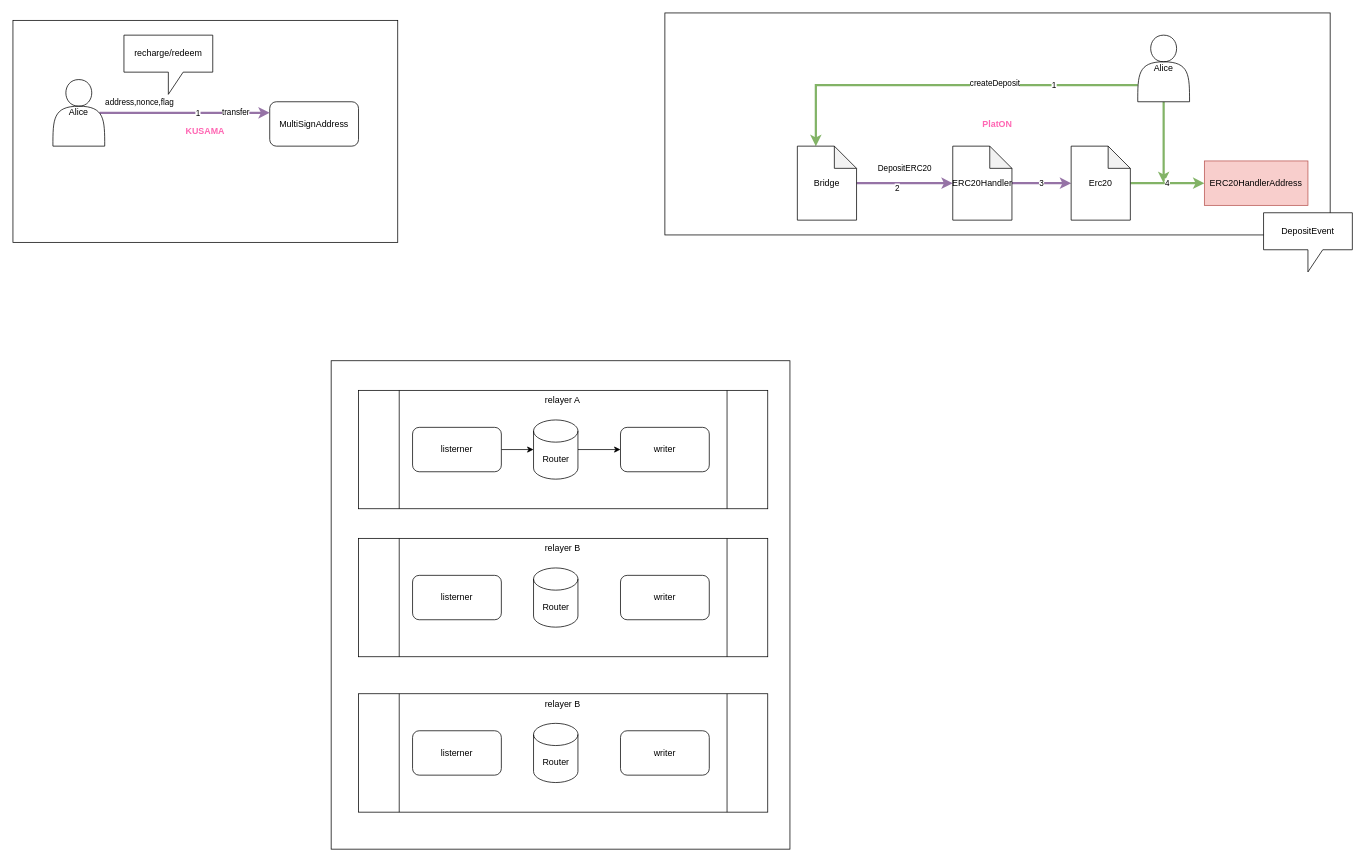
Before: alaya2kusama.drawio in 0xrjman/ChainBridgeDocs, a draw.io diagram. Source tidied: cells renumbered, new cells numbered last; positions are measured from the earlier drawing's top-left corner, leaving out a move shared by most shapes. Both pictures are drawn from the tidied source at 74%, with x=0, y=0 at pixel (13, 13).
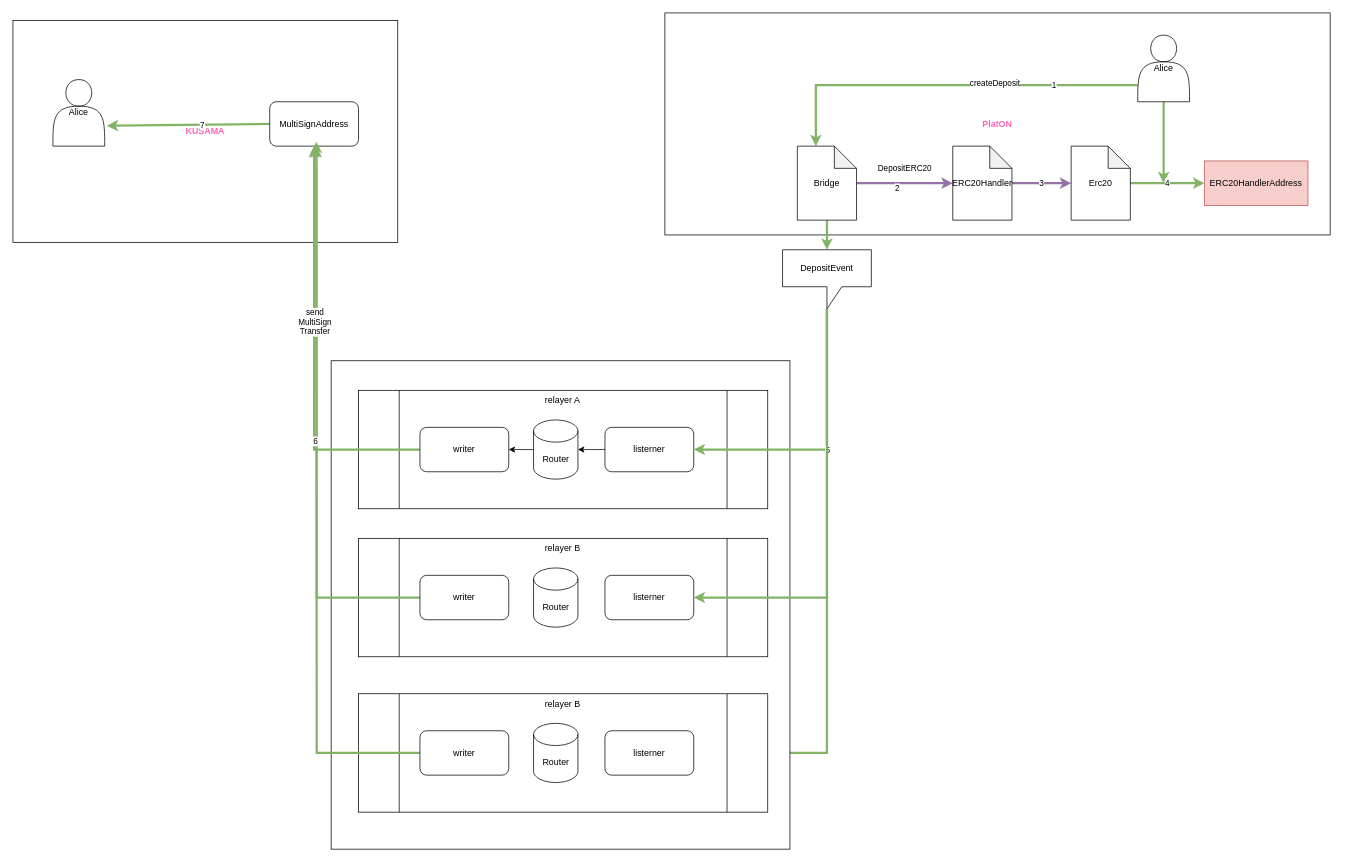
After the change.

The change refers to these unchanged cells:
```xml
<mxCell id="4" value="MultiSignAddress" style="rounded=1;whiteSpace=wrap;html=1;" parent="1" vertex="1">
  <mxGeometry x="347" y="120" width="120" height="60" as="geometry" />
</mxCell>
<mxCell id="11" value="Router" style="shape=cylinder3;whiteSpace=wrap;html=1;boundedLbl=1;backgroundOutline=1;size=15;align=center;" parent="1" vertex="1">
  <mxGeometry x="703.5" y="550" width="60" height="80" as="geometry" />
</mxCell>
<mxCell id="15" value="Alice" style="shape=actor;whiteSpace=wrap;html=1;align=center;" parent="1" vertex="1">
  <mxGeometry x="54" y="90" width="70" height="90" as="geometry" />
</mxCell>
<mxCell id="32" value="Bridge" style="shape=note;whiteSpace=wrap;html=1;backgroundOutline=1;darkOpacity=0.05;align=center;" parent="1" vertex="1">
  <mxGeometry x="1060" y="180" width="80" height="100" as="geometry" />
</mxCell>
```

The edit, as a diff of the source:
```diff
@@
+    <mxCell id="40" style="edgeStyle=orthogonalEdgeStyle;rounded=0;jettySize=auto;html=1;exitX=0;exitY=0;exitDx=60;exitDy=80;exitPerimeter=0;entryX=1;entryY=0.5;entryDx=0;entryDy=0;strokeWidth=3;fillColor=#d5e8d4;strokeColor=#82b366;" parent="1" edge="1" source="38" target="28">
+      <mxGeometry relative="1" as="geometry" />
+    </mxCell>
@@
+    <mxCell id="41" style="rounded=0;jettySize=auto;html=1;exitX=0;exitY=0.5;exitDx=0;exitDy=0;entryX=1.04;entryY=0.694;entryDx=0;entryDy=0;entryPerimeter=0;strokeWidth=3;fillColor=#d5e8d4;strokeColor=#82b366;" parent="1" edge="1" source="4" target="15">
+      <mxGeometry relative="1" as="geometry" />
+    </mxCell>
+    <mxCell id="42" value="7" style="edgeLabel;html=1;align=center;verticalAlign=middle;" parent="41" vertex="1">
+      <mxGeometry x="-0.16" relative="1" as="geometry" />
+    </mxCell>
@@
-    <mxCell id="5" style="rounded=0;jettySize=auto;html=1;exitX=0.9;exitY=0.5;exitDx=0;exitDy=0;exitPerimeter=0;entryX=0;entryY=0.25;entryDx=0;entryDy=0;fillColor=#e1d5e7;strokeColor=#9673a6;strokeWidth=3;" parent="1" edge="1" source="15" target="4">
-      <mxGeometry relative="1" as="geometry" />
-    </mxCell>
-    <mxCell id="6" value="transfer" style="edgeLabel;html=1;align=center;verticalAlign=middle;" parent="5" vertex="1">
-      <mxGeometry x="0.13" y="1" relative="1" as="geometry">
-        <mxPoint x="53" as="offset" />
-      </mxGeometry>
-    </mxCell>
-    <mxCell id="7" value="address,nonce,flag" style="edgeLabel;html=1;align=center;verticalAlign=middle;" parent="5" vertex="1">
-      <mxGeometry x="-0.84" y="3" relative="1" as="geometry">
-        <mxPoint x="35" y="-12" as="offset" />
-      </mxGeometry>
-    </mxCell>
-    <mxCell id="8" value="1" style="edgeLabel;html=1;align=center;verticalAlign=middle;" parent="5" vertex="1">
-      <mxGeometry x="0.15" relative="1" as="geometry" />
-    </mxCell>
@@
-    <mxCell id="10" style="edgeStyle=orthogonalEdgeStyle;rounded=0;jettySize=auto;html=1;exitX=1;exitY=0.5;exitDx=0;exitDy=0;exitPerimeter=0;entryX=0;entryY=0.5;entryDx=0;entryDy=0;" parent="1" edge="1" source="11" target="14">
+    <mxCell id="10" style="edgeStyle=orthogonalEdgeStyle;rounded=0;jettySize=auto;html=1;exitX=0;exitY=0.5;exitDx=0;exitDy=0;exitPerimeter=0;entryX=1;entryY=0.5;entryDx=0;entryDy=0;" parent="1" edge="1" source="11" target="14">
       <mxGeometry relative="1" as="geometry" />
     </mxCell>
@@
-    <mxCell id="12" style="edgeStyle=orthogonalEdgeStyle;rounded=0;jettySize=auto;html=1;exitX=1;exitY=0.5;exitDx=0;exitDy=0;entryX=0;entryY=0.5;entryDx=0;entryDy=0;entryPerimeter=0;" parent="1" edge="1" source="13" target="11">
+    <mxCell id="12" style="edgeStyle=orthogonalEdgeStyle;rounded=0;jettySize=auto;html=1;exitX=0;exitY=0.5;exitDx=0;exitDy=0;entryX=1;entryY=0.5;entryDx=0;entryDy=0;entryPerimeter=0;" parent="1" edge="1" source="13" target="11">
       <mxGeometry relative="1" as="geometry" />
     </mxCell>
     <mxCell id="13" value="listerner" style="rounded=1;whiteSpace=wrap;html=1;align=center;" parent="1" vertex="1">
-      <mxGeometry x="540" y="560" width="120" height="60" as="geometry" />
+      <mxGeometry x="800" y="560" width="120" height="60" as="geometry" />
     </mxCell>
+    <mxCell id="43" style="edgeStyle=orthogonalEdgeStyle;rounded=0;jettySize=auto;html=1;exitX=0;exitY=0.5;exitDx=0;exitDy=0;entryX=0.5;entryY=1;entryDx=0;entryDy=0;strokeWidth=3;fillColor=#d5e8d4;strokeColor=#82b366;" parent="1" edge="1" source="14" target="4">
+      <mxGeometry relative="1" as="geometry" />
+    </mxCell>
     <mxCell id="14" value="writer" style="rounded=1;whiteSpace=wrap;html=1;align=center;" parent="1" vertex="1">
-      <mxGeometry x="821" y="560" width="120" height="60" as="geometry" />
+      <mxGeometry x="550" y="560" width="120" height="60" as="geometry" />
     </mxCell>
@@
     <mxCell id="24" value="listerner" style="rounded=1;whiteSpace=wrap;html=1;align=center;" parent="1" vertex="1">
-      <mxGeometry x="540" y="760" width="120" height="60" as="geometry" />
+      <mxGeometry x="800" y="760" width="120" height="60" as="geometry" />
     </mxCell>
+    <mxCell id="44" style="edgeStyle=orthogonalEdgeStyle;rounded=0;jettySize=auto;html=1;exitX=0;exitY=0.5;exitDx=0;exitDy=0;strokeWidth=3;fillColor=#d5e8d4;strokeColor=#82b366;" parent="1" edge="1" source="25">
+      <mxGeometry relative="1" as="geometry">
+        <mxPoint x="410" y="174" as="targetPoint" />
+      </mxGeometry>
+    </mxCell>
     <mxCell id="25" value="writer" style="rounded=1;whiteSpace=wrap;html=1;align=center;" parent="1" vertex="1">
-      <mxGeometry x="821" y="760" width="120" height="60" as="geometry" />
+      <mxGeometry x="550" y="760" width="120" height="60" as="geometry" />
     </mxCell>
@@
     <mxCell id="28" value="listerner" style="rounded=1;whiteSpace=wrap;html=1;align=center;" parent="1" vertex="1">
-      <mxGeometry x="540" y="970" width="120" height="60" as="geometry" />
+      <mxGeometry x="800" y="970" width="120" height="60" as="geometry" />
     </mxCell>
+    <mxCell id="45" style="edgeStyle=orthogonalEdgeStyle;rounded=0;jettySize=auto;html=1;exitX=0;exitY=0.5;exitDx=0;exitDy=0;strokeWidth=3;fillColor=#d5e8d4;strokeColor=#82b366;" parent="1" edge="1" source="29">
+      <mxGeometry relative="1" as="geometry">
+        <mxPoint x="410" y="180" as="targetPoint" />
+      </mxGeometry>
+    </mxCell>
+    <mxCell id="46" value="6" style="edgeLabel;html=1;align=center;verticalAlign=middle;" parent="45" vertex="1">
+      <mxGeometry x="0.17" y="2" relative="1" as="geometry" />
+    </mxCell>
+    <mxCell id="47" value="send&lt;br&gt;MultiSign&lt;br&gt;Transfer" style="edgeLabel;html=1;align=center;verticalAlign=middle;" parent="45" vertex="1">
+      <mxGeometry x="0.35" y="3" relative="1" as="geometry">
+        <mxPoint y="-74.2" as="offset" />
+      </mxGeometry>
+    </mxCell>
     <mxCell id="29" value="writer" style="rounded=1;whiteSpace=wrap;html=1;align=center;" parent="1" vertex="1">
-      <mxGeometry x="821" y="970" width="120" height="60" as="geometry" />
+      <mxGeometry x="550" y="970" width="120" height="60" as="geometry" />
     </mxCell>
@@
+    <mxCell id="48" style="edgeStyle=orthogonalEdgeStyle;rounded=0;jettySize=auto;html=1;exitX=0.5;exitY=1;exitDx=0;exitDy=0;exitPerimeter=0;entryX=0.5;entryY=0;entryDx=0;entryDy=0;entryPerimeter=0;fillColor=#d5e8d4;strokeColor=#82b366;strokeWidth=3;" parent="1" edge="1" source="32" target="38">
+      <mxGeometry relative="1" as="geometry" />
+    </mxCell>
@@
-    <mxCell id="37" value="recharge/redeem" style="shape=callout;whiteSpace=wrap;html=1;perimeter=calloutPerimeter;align=center;" parent="1" vertex="1">
-      <mxGeometry x="150" y="30" width="120" height="80" as="geometry" />
-    </mxCell>
+    <mxCell id="49" style="edgeStyle=orthogonalEdgeStyle;rounded=0;jettySize=auto;html=1;exitX=0;exitY=0;exitDx=60;exitDy=80;exitPerimeter=0;entryX=1;entryY=0.5;entryDx=0;entryDy=0;fillColor=#d5e8d4;strokeColor=#82b366;strokeWidth=3;" parent="1" edge="1" source="38" target="13">
+      <mxGeometry relative="1" as="geometry" />
+    </mxCell>
+    <mxCell id="50" value="5" style="edgeLabel;html=1;align=center;verticalAlign=middle;" parent="49" vertex="1">
+      <mxGeometry x="-0.67" y="2" relative="1" as="geometry">
+        <mxPoint x="-2" y="129" as="offset" />
+      </mxGeometry>
+    </mxCell>
     <mxCell id="38" value="DepositEvent" style="shape=callout;whiteSpace=wrap;html=1;perimeter=calloutPerimeter;align=center;rotation=0;" parent="1" vertex="1">
-      <mxGeometry x="1690" y="270" width="120" height="80" as="geometry" />
+      <mxGeometry x="1040" y="320" width="120" height="80" as="geometry" />
     </mxCell>
@@
+    <mxCell id="51" style="edgeStyle=orthogonalEdgeStyle;rounded=0;jettySize=auto;html=1;exitX=0;exitY=0;exitDx=60;exitDy=80;exitPerimeter=0;entryX=1;entryY=0.5;entryDx=0;entryDy=0;strokeWidth=3;fillColor=#d5e8d4;strokeColor=#82b366;" parent="1" edge="1" source="38" target="24">
+      <mxGeometry relative="1" as="geometry" />
+    </mxCell>
```
